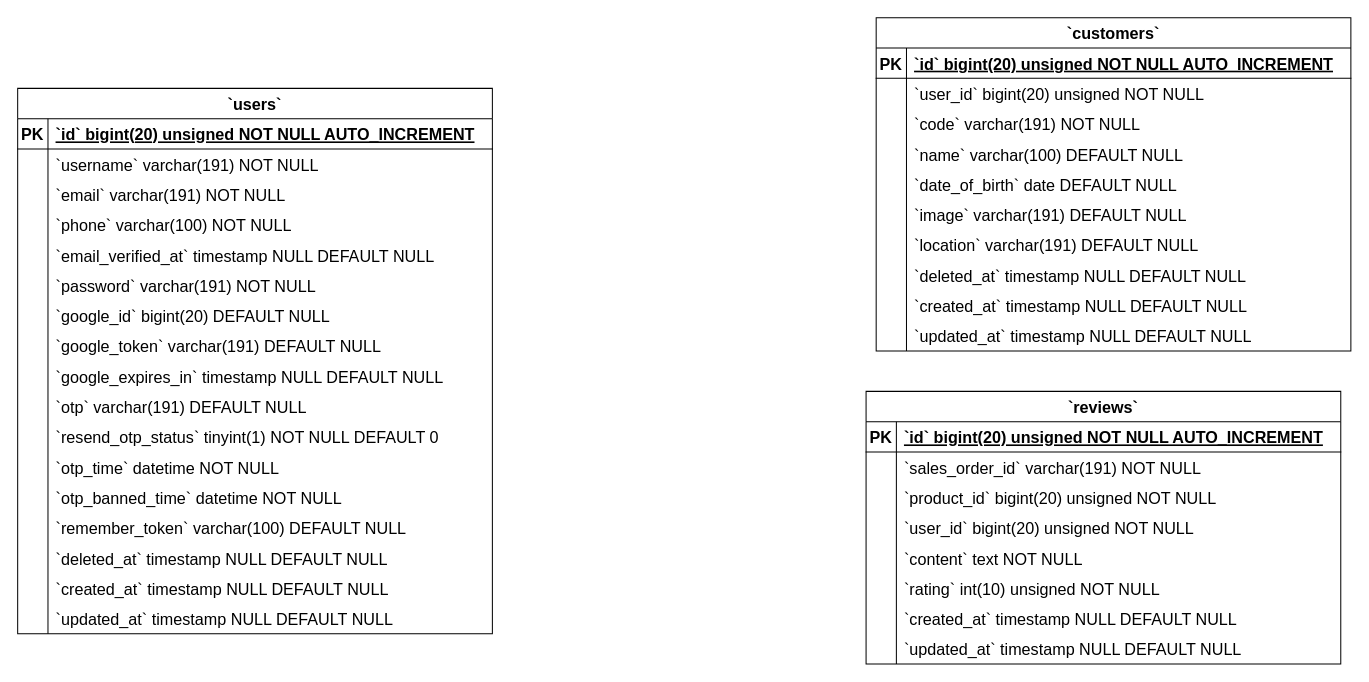
The draw.io diagram Users ERD Diagram.drawio in Simasco/diagram, before the edit. Source tidied: cells renumbered, new cells numbered last; positions are measured from the earlier drawing's top-left corner, leaving out a move shared by most shapes. Both pictures are drawn from the tidied source at 101%, with x=0, y=0 at pixel (17, 17).
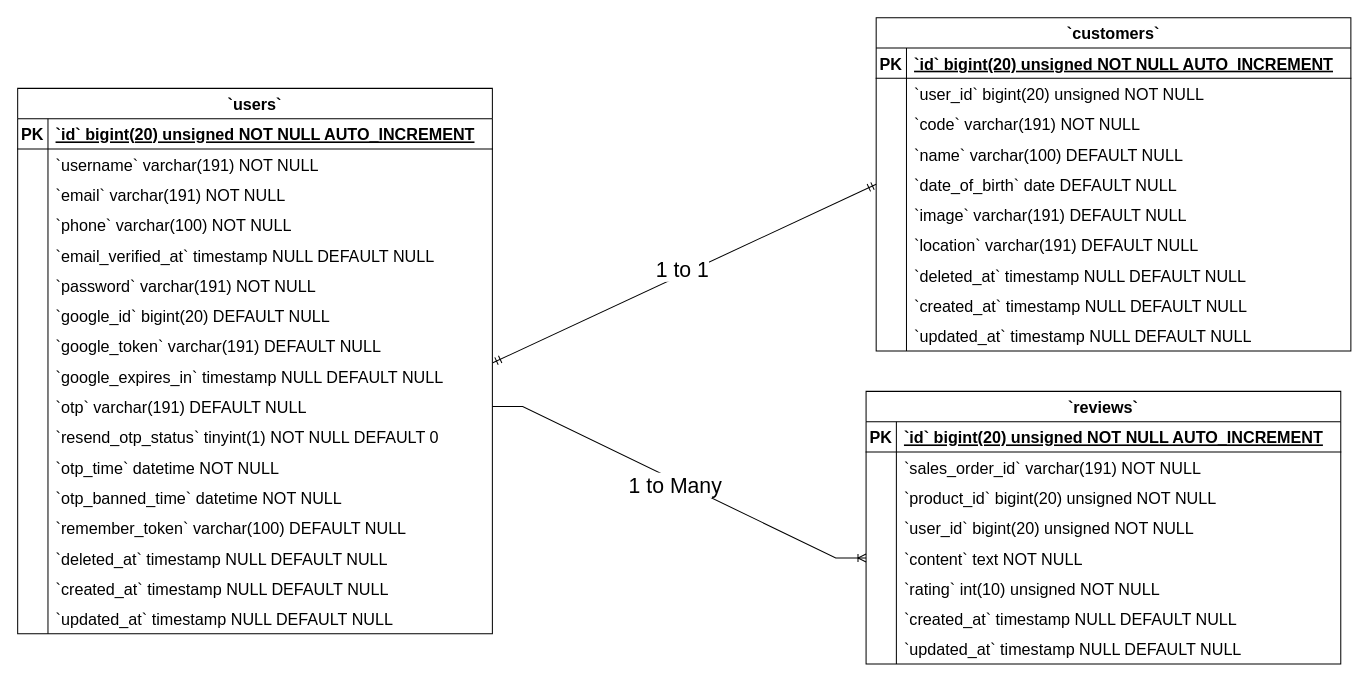
After the change.

The change refers to these unchanged cells:
```xml
<mxCell id="27" style="shape=tableRow;horizontal=0;startSize=0;swimlaneHead=0;swimlaneBody=0;fillColor=none;points=[[0,0.5],[1,0.5]];portConstraint=eastwest;strokeColor=inherit;top=0;left=0;right=0;bottom=0;fontSize=16;" parent="2" vertex="1">
  <mxGeometry y="270" width="470" height="30" as="geometry" />
</mxCell>
<mxCell id="30" style="shape=tableRow;horizontal=0;startSize=0;swimlaneHead=0;swimlaneBody=0;fillColor=none;points=[[0,0.5],[1,0.5]];portConstraint=eastwest;strokeColor=inherit;top=0;left=0;right=0;bottom=0;fontSize=16;" parent="2" vertex="1">
  <mxGeometry y="300" width="470" height="30" as="geometry" />
</mxCell>
<mxCell id="67" style="shape=tableRow;horizontal=0;startSize=0;swimlaneHead=0;swimlaneBody=0;fillColor=none;points=[[0,0.5],[1,0.5]];portConstraint=eastwest;strokeColor=inherit;top=0;left=0;right=0;bottom=0;fontSize=16;" parent="54" vertex="1">
  <mxGeometry y="150" width="470" height="30" as="geometry" />
</mxCell>
<mxCell id="98" style="shape=tableRow;horizontal=0;startSize=0;swimlaneHead=0;swimlaneBody=0;fillColor=none;points=[[0,0.5],[1,0.5]];portConstraint=eastwest;strokeColor=inherit;top=0;left=0;right=0;bottom=0;fontSize=16;" parent="85" vertex="1">
  <mxGeometry y="150" width="470" height="30" as="geometry" />
</mxCell>
```

Diff of the diagram source:
```diff
@@
+    <mxCell id="110" style="fontSize=12;html=1;endArrow=ERmandOne;startArrow=ERmandOne;rounded=0;exitX=1.001;exitY=0.056;exitDx=0;exitDy=0;exitPerimeter=0;entryX=0;entryY=0.5;entryDx=0;entryDy=0;" parent="1" edge="1" source="27" target="67">
+      <mxGeometry relative="1" as="geometry" />
+    </mxCell>
+    <mxCell id="111" value="&lt;font style=&quot;font-size: 21px;&quot;&gt;1 to 1&lt;/font&gt;" style="edgeLabel;html=1;align=center;verticalAlign=middle;" parent="110" vertex="1">
+      <mxGeometry y="5" relative="1" as="geometry" />
+    </mxCell>
+    <mxCell id="112" style="edgeStyle=entityRelationEdgeStyle;fontSize=12;html=1;endArrow=ERoneToMany;rounded=0;exitX=1;exitY=0.5;exitDx=0;exitDy=0;" parent="1" edge="1" source="30" target="98">
+      <mxGeometry relative="1" as="geometry" />
+    </mxCell>
+    <mxCell id="113" value="&lt;font style=&quot;font-size: 21px;&quot;&gt;1 to Many&lt;/font&gt;" style="edgeLabel;html=1;align=center;verticalAlign=middle;" parent="112" vertex="1">
+      <mxGeometry x="-0.01" y="-4" relative="1" as="geometry">
+        <mxPoint x="-1" as="offset" />
+      </mxGeometry>
+    </mxCell>
```
